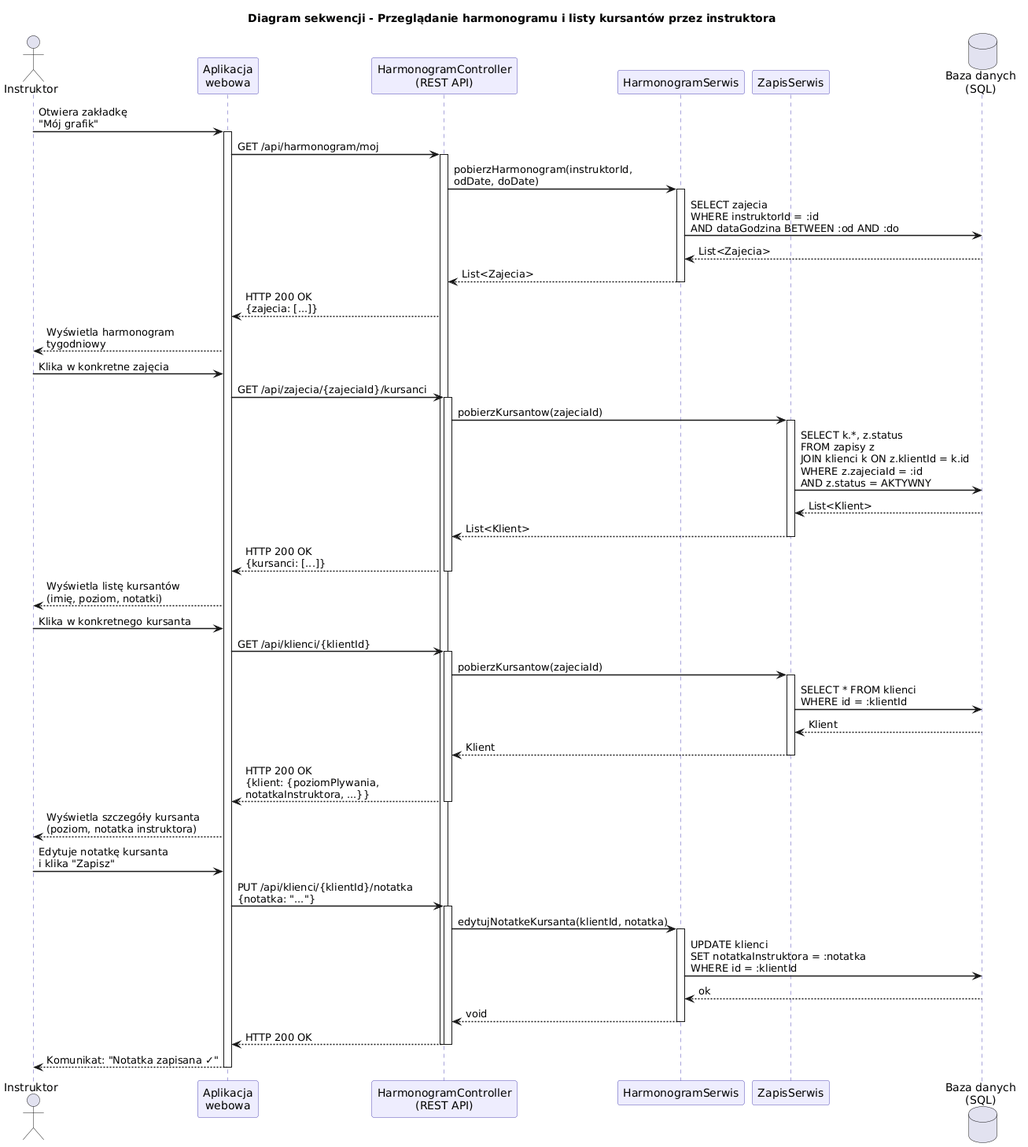
This is DiagramySekwencji/InstruktorHarmonogramSekwencja.png from lukaszdeja/Delfinek, a PlantUML export, as it was before one commit.
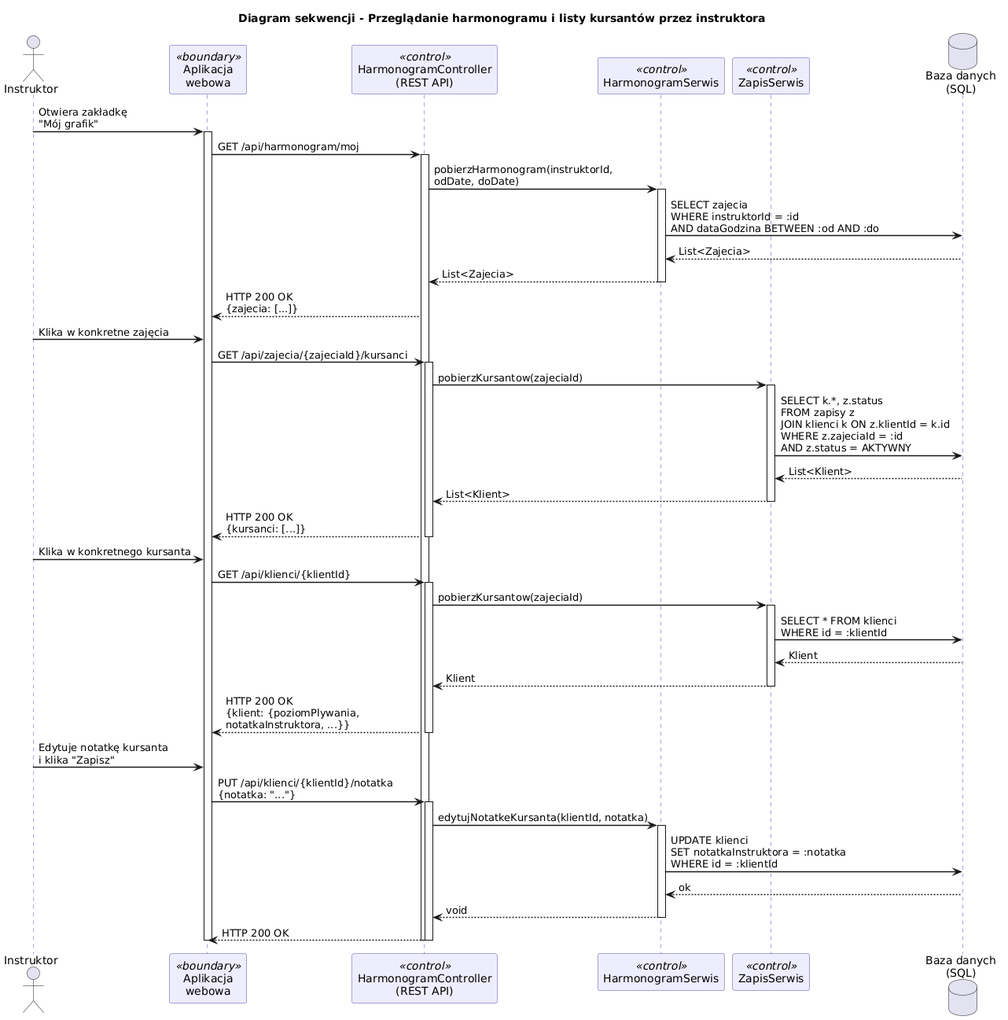
The same diagram one commit later.

Diff of the diagram source:
```diff
@@ -9,10 +9,10 @@
 skinparam noteBorderColor #0F6E56
 
 actor Instruktor as I
-participant "Aplikacja\nwebowa" as UI
-participant "HarmonogramController\n(REST API)" as CTRL
-participant "HarmonogramSerwis" as HS
-participant "ZapisSerwis" as ZS
+participant "Aplikacja\nwebowa" as UI <<boundary>>
+participant "HarmonogramController\n(REST API)" as CTRL <<control>>
+participant "HarmonogramSerwis" as HS <<control>>
+participant "ZapisSerwis" as ZS <<control>>
 database "Baza danych\n(SQL)" as DB
 
 I -> UI : Otwiera zakładkę\n"Mój grafik"
@@ -31,7 +31,6 @@
 deactivate HS
 
 CTRL --> UI : HTTP 200 OK\n{zajecia: [...]}
-UI --> I : Wyświetla harmonogram\ntygodniowy
 
 I -> UI : Klika w konkretne zajęcia
 UI -> CTRL : GET /api/zajecia/{zajeciaId}/kursanci
@@ -49,7 +48,6 @@
 CTRL --> UI : HTTP 200 OK\n{kursanci: [...]}
 deactivate CTRL
 
-UI --> I : Wyświetla listę kursantów\n(imię, poziom, notatki)
 
 I -> UI : Klika w konkretnego kursanta
 UI -> CTRL : GET /api/klienci/{klientId}
@@ -65,7 +63,6 @@
 CTRL --> UI : HTTP 200 OK\n{klient: {poziomPlywania,\nnotatkaInstruktora, ...}}
 deactivate CTRL
 
-UI --> I : Wyświetla szczegóły kursanta\n(poziom, notatka instruktora)
 
 I -> UI : Edytuje notatkę kursanta\ni klika "Zapisz"
 UI -> CTRL : PUT /api/klienci/{klientId}/notatka\n{notatka: "..."}
@@ -82,6 +79,5 @@
 deactivate CTRL
 deactivate CTRL
 
-UI --> I : Komunikat: "Notatka zapisana ✓"
 deactivate UI
 @enduml
```
